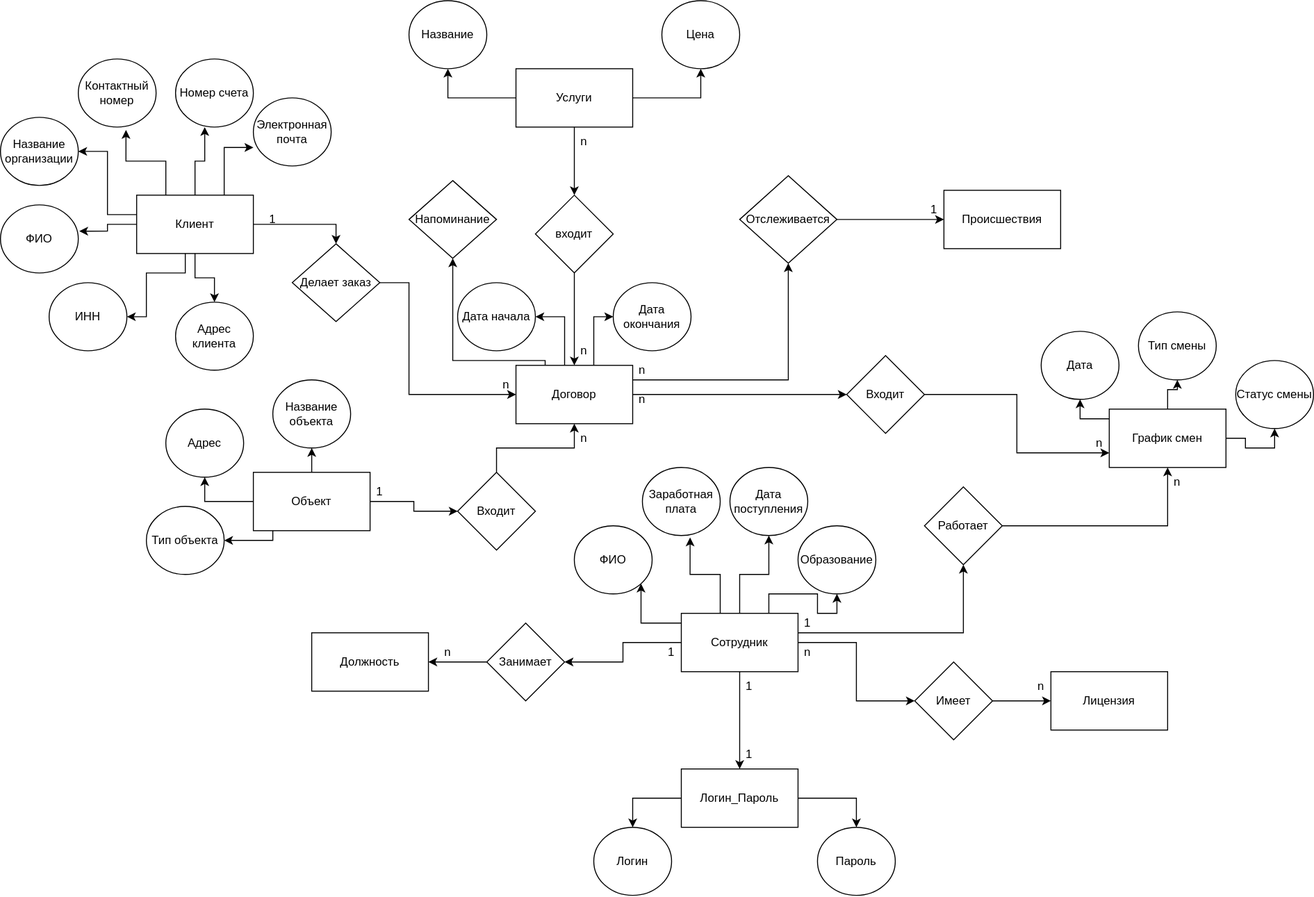
Before: концептуальная.svg, a diagram exported from draw.io (Ancilot/CursSYBD). Source tidied: cells renumbered, new cells last; positions are measured from the earlier drawing's top-left corner, leaving out a move shared by most shapes.
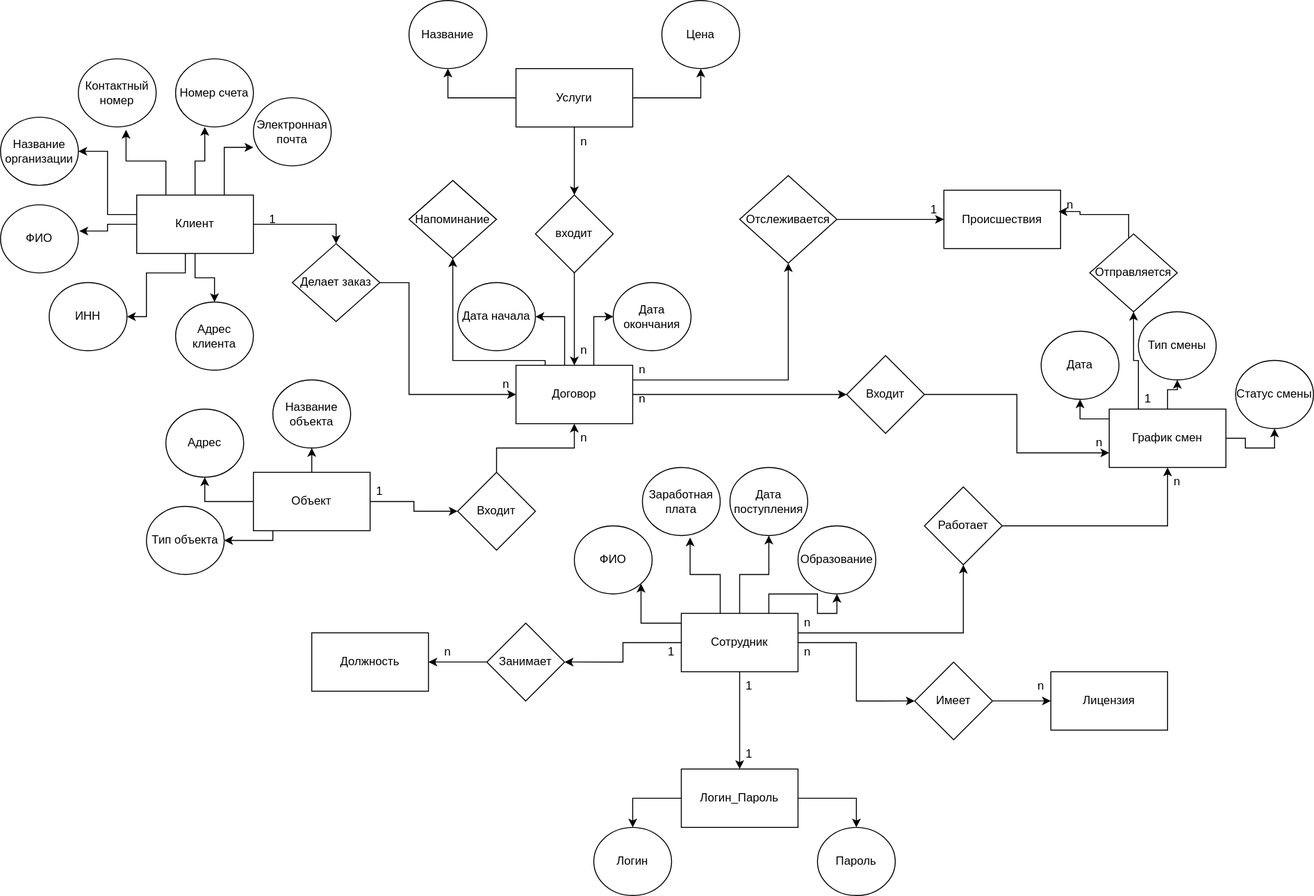
After the commit.

Change to the diagram source:
```diff
@@ -84,6 +84,9 @@
     <mxCell id="22" style="edgeStyle=orthogonalEdgeStyle;rounded=0;jettySize=auto;html=1;entryX=0.5;entryY=1;entryDx=0;entryDy=0;" parent="1" edge="1" source="23" target="46">
       <mxGeometry relative="1" as="geometry" />
     </mxCell>
+    <mxCell id="103" style="edgeStyle=orthogonalEdgeStyle;rounded=0;jettySize=auto;html=1;exitX=0.25;exitY=0;exitDx=0;exitDy=0;entryX=0.5;entryY=1;entryDx=0;entryDy=0;" parent="1" edge="1" source="23" target="104">
+      <mxGeometry relative="1" as="geometry" />
+    </mxCell>
     <mxCell id="23" value="График смен" style="rounded=0;whiteSpace=wrap;html=1;" parent="1" vertex="1">
       <mxGeometry x="1140" y="420" width="120" height="60" as="geometry" />
     </mxCell>
@@ -296,7 +299,7 @@
     <mxCell id="77" value="n" style="text;html=1;whiteSpace=wrap;strokeColor=none;fillColor=none;align=center;verticalAlign=middle;rounded=0;" parent="1" vertex="1">
       <mxGeometry x="1040" y="690" width="60" height="30" as="geometry" />
     </mxCell>
-    <mxCell id="78" value="1" style="text;html=1;whiteSpace=wrap;strokeColor=none;fillColor=none;align=center;verticalAlign=middle;rounded=0;" parent="1" vertex="1">
+    <mxCell id="78" value="n" style="text;html=1;whiteSpace=wrap;strokeColor=none;fillColor=none;align=center;verticalAlign=middle;rounded=0;" parent="1" vertex="1">
       <mxGeometry x="800" y="630" width="60" height="20" as="geometry" />
     </mxCell>
     <mxCell id="79" value="n" style="text;html=1;whiteSpace=wrap;strokeColor=none;fillColor=none;align=center;verticalAlign=middle;rounded=0;" parent="1" vertex="1">
@@ -375,5 +378,23 @@
     <mxCell id="102" value="Пароль" style="ellipse;whiteSpace=wrap;html=1;" parent="1" vertex="1">
       <mxGeometry x="840" y="850" width="80" height="70" as="geometry" />
     </mxCell>
+    <mxCell id="104" value="Отправляется" style="rhombus;whiteSpace=wrap;html=1;" parent="1" vertex="1">
+      <mxGeometry x="1120" y="240" width="90" height="80" as="geometry" />
+    </mxCell>
+    <mxCell id="105" style="edgeStyle=orthogonalEdgeStyle;rounded=0;jettySize=auto;html=1;entryX=0.983;entryY=0.367;entryDx=0;entryDy=0;entryPerimeter=0;" parent="1" edge="1" source="104" target="34">
+      <mxGeometry relative="1" as="geometry">
+        <Array as="points">
+          <mxPoint x="1160" y="220" />
+          <mxPoint x="1110" y="220" />
+          <mxPoint x="1110" y="217" />
+        </Array>
+      </mxGeometry>
+    </mxCell>
+    <mxCell id="106" value="n" style="text;html=1;whiteSpace=wrap;strokeColor=none;fillColor=none;align=center;verticalAlign=middle;rounded=0;" parent="1" vertex="1">
+      <mxGeometry x="1070" y="200" width="60" height="20" as="geometry" />
+    </mxCell>
+    <mxCell id="107" value="1" style="text;html=1;whiteSpace=wrap;strokeColor=none;fillColor=none;align=center;verticalAlign=middle;rounded=0;" parent="1" vertex="1">
+      <mxGeometry x="1150" y="400" width="60" height="20" as="geometry" />
+    </mxCell>
   </root>
 </mxGraphModel>
```
